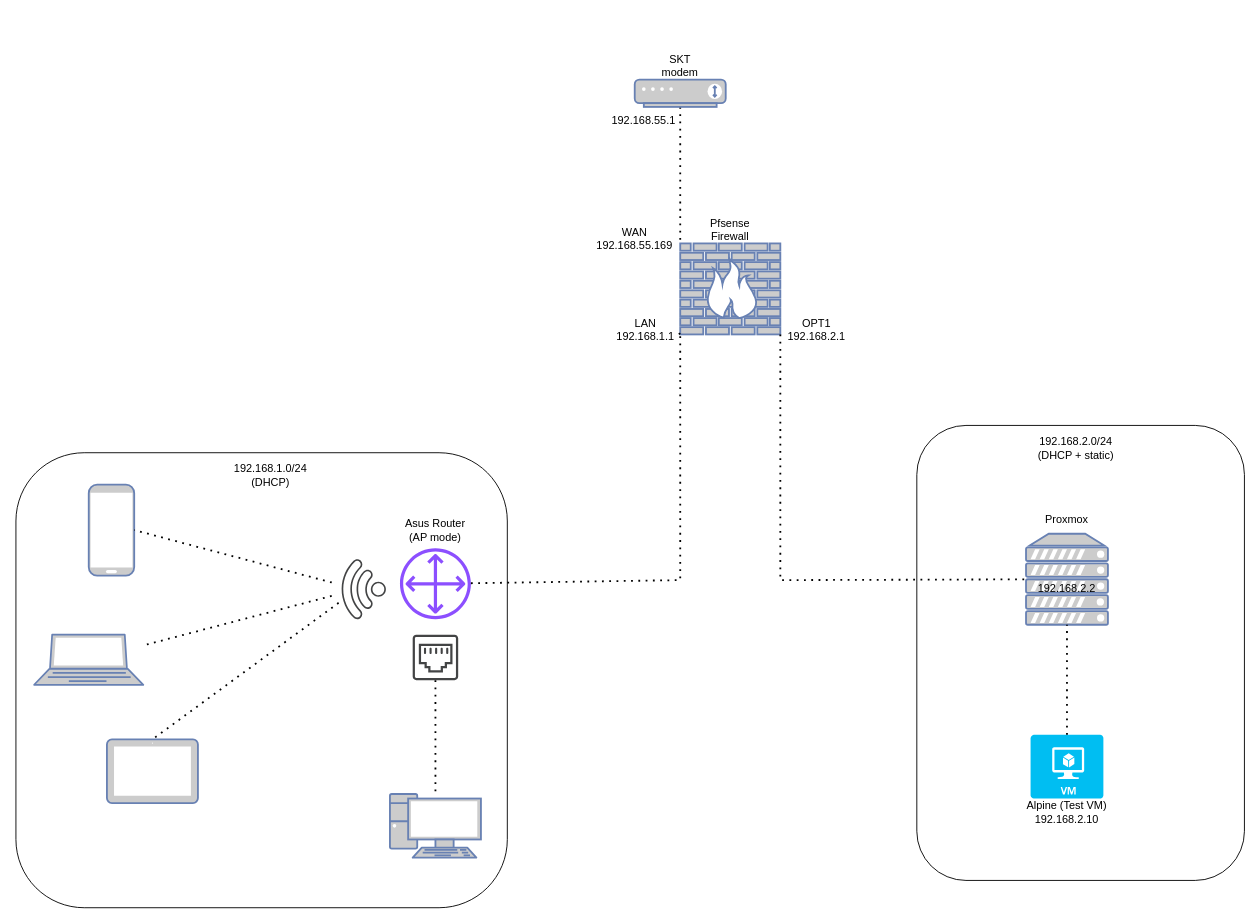
This is asdf.drawio from sudo-echo-jin/diagram, a draw.io file, before an edit. Source tidied: cells renumbered, new cells numbered last; positions are measured from the earlier drawing's top-left corner, leaving out a move shared by most shapes. Both pictures are drawn from the tidied source at 91%, with x=0, y=0 at pixel (15, 52).
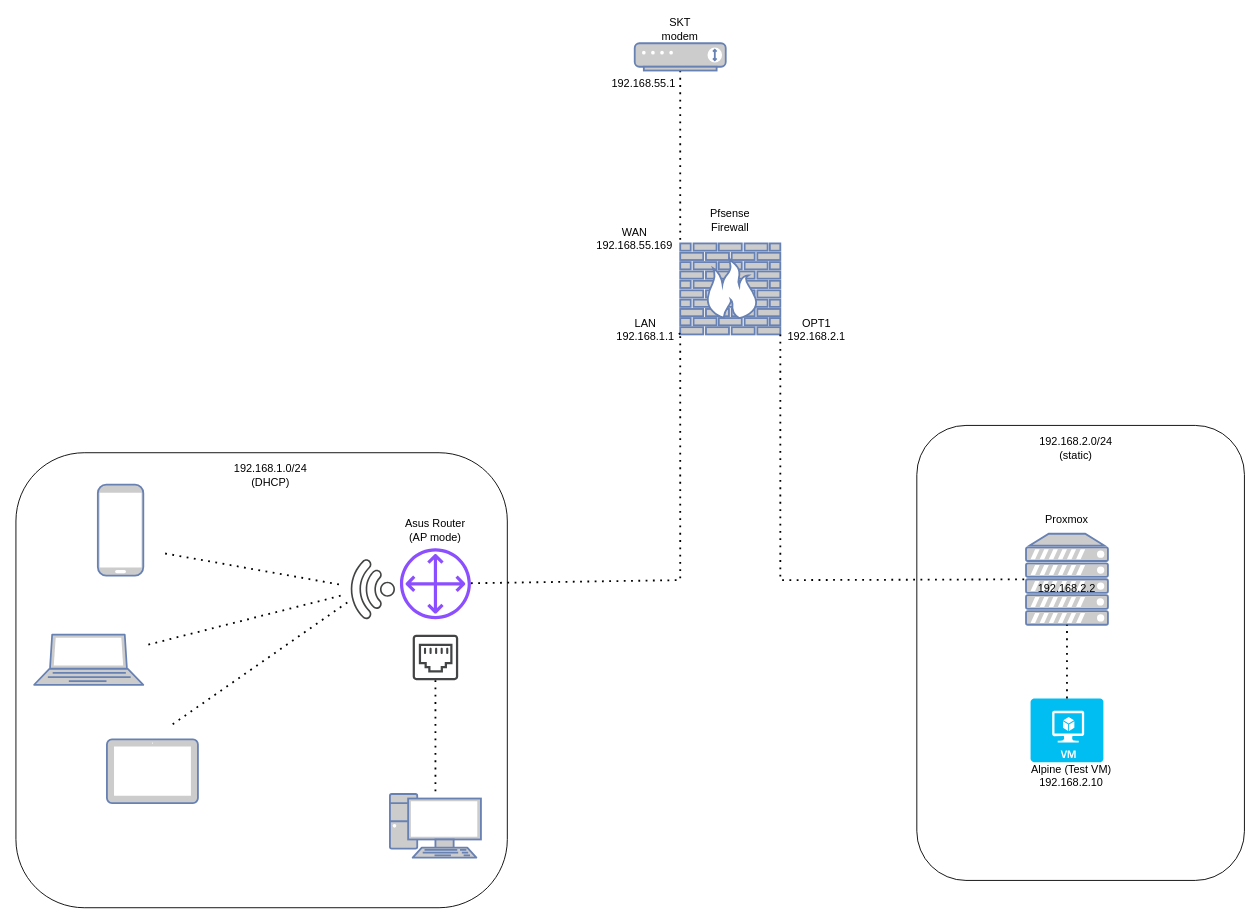
After the change.

Unchanged cells that the change refers to:
```xml
<mxCell id="23" style="group;" parent="1" vertex="1">
  <mxGeometry y="440" width="540" height="500" as="geometry" />
</mxCell>
<mxCell id="24" style="rounded=1;whiteSpace=wrap;html=1;" parent="23" vertex="1">
  <mxGeometry width="540" height="500" as="geometry" />
</mxCell>
<mxCell id="26" style="fontColor=#0066CC;verticalAlign=top;verticalLabelPosition=bottom;labelPosition=center;align=center;html=1;outlineConnect=0;fillColor=#CCCCCC;strokeColor=#6881B3;gradientColor=none;gradientDirection=north;strokeWidth=2;shape=mxgraph.networks.tablet;" parent="23" vertex="1">
  <mxGeometry x="100" y="315" width="100" height="70" as="geometry" />
</mxCell>
```

Diff of the diagram source:
```diff
@@
     <mxCell id="9" value="Pfsense Firewall" style="text;html=1;align=center;verticalAlign=middle;whiteSpace=wrap;rounded=0;" parent="1" vertex="1">
-      <mxGeometry x="755" y="180" width="60" height="30" as="geometry" />
+      <mxGeometry x="755" y="170" width="60" height="30" as="geometry" />
     </mxCell>
     <mxCell id="10" style="group;" parent="1" vertex="1">
-      <mxGeometry x="1115" y="750" width="120" height="100" as="geometry" />
+      <mxGeometry x="1120" y="710" width="120" height="100" as="geometry" />
     </mxCell>
     <mxCell id="11" style="verticalLabelPosition=bottom;html=1;verticalAlign=top;align=center;strokeColor=none;fillColor=#00BEF2;shape=mxgraph.azure.virtual_machine;" parent="10" vertex="1">
-      <mxGeometry width="80" height="70" as="geometry" />
+      <mxGeometry x="-5" width="80" height="70" as="geometry" />
     </mxCell>
@@
-    <mxCell id="17" value="192.168.2.0/24&lt;div&gt;(DHCP + static)&lt;/div&gt;" style="text;html=1;align=center;verticalAlign=middle;whiteSpace=wrap;rounded=0;" parent="1" vertex="1">
+    <mxCell id="17" value="192.168.2.0/24&lt;div&gt;(static)&lt;/div&gt;" style="text;html=1;align=center;verticalAlign=middle;whiteSpace=wrap;rounded=0;" parent="1" vertex="1">
       <mxGeometry x="1070" y="420" width="190" height="30" as="geometry" />
     </mxCell>
@@
     <mxCell id="19" style="group;" parent="1" vertex="1">
-      <mxGeometry x="680" width="100" height="90" as="geometry" />
+      <mxGeometry x="680" y="-40" width="100" height="90" as="geometry" />
     </mxCell>
@@
     <mxCell id="25" style="fontColor=#0066CC;verticalAlign=top;verticalLabelPosition=bottom;labelPosition=center;align=center;html=1;outlineConnect=0;fillColor=#CCCCCC;strokeColor=#6881B3;gradientColor=none;gradientDirection=north;strokeWidth=2;shape=mxgraph.networks.mobile;" parent="23" vertex="1">
-      <mxGeometry x="80" y="35" width="50" height="100" as="geometry" />
+      <mxGeometry x="90" y="35" width="50" height="100" as="geometry" />
     </mxCell>
@@
     <mxCell id="29" style="sketch=0;shadow=0;dashed=0;html=1;strokeColor=none;fillColor=#434445;labelPosition=center;verticalLabelPosition=bottom;verticalAlign=top;align=center;outlineConnect=0;shape=mxgraph.vvd.wi_fi;rotation=-135;" parent="23" vertex="1">
-      <mxGeometry x="350" y="125" width="50" height="50" as="geometry" />
+      <mxGeometry x="360" y="125" width="50" height="50" as="geometry" />
     </mxCell>
@@
-    <mxCell id="34" style="endArrow=none;dashed=1;html=1;dashPattern=1 3;strokeWidth=2;rounded=0;entryX=1;entryY=0.5;entryDx=0;entryDy=0;entryPerimeter=0;" parent="23" edge="1" source="29" target="25">
+    <mxCell id="34" style="endArrow=none;dashed=1;html=1;dashPattern=1 3;strokeWidth=2;rounded=0;entryX=0.296;entryY=0.22;entryDx=0;entryDy=0;entryPerimeter=0;" parent="23" edge="1" source="29" target="24">
       <mxGeometry relative="1" as="geometry" />
     </mxCell>
-    <mxCell id="35" style="endArrow=none;dashed=1;html=1;dashPattern=1 3;strokeWidth=2;rounded=0;entryX=0.5;entryY=0;entryDx=0;entryDy=0;entryPerimeter=0;" parent="23" edge="1" source="29" target="26">
-      <mxGeometry relative="1" as="geometry" />
+    <mxCell id="35" style="endArrow=none;dashed=1;html=1;dashPattern=1 3;strokeWidth=2;rounded=0;" parent="23" edge="1" source="29">
+      <mxGeometry relative="1" as="geometry">
+        <mxPoint x="170" y="300" as="targetPoint" />
+      </mxGeometry>
     </mxCell>
```
